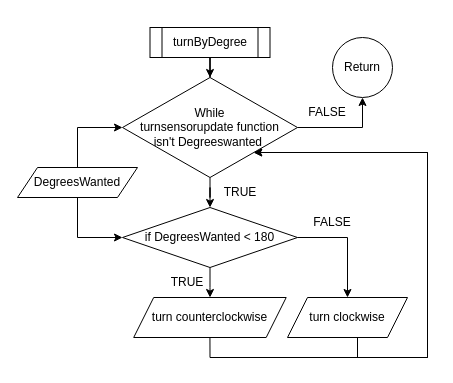
Before: Draw/turnByDegree.drawio in jens1906/P1-project-1.-semester, a draw.io diagram. Source tidied: cells renumbered, new cells numbered last; positions are measured from the earlier drawing's top-left corner, leaving out a move shared by most shapes. Both pictures are drawn from the tidied source at 100%, with x=0, y=0 at pixel (17, 27).
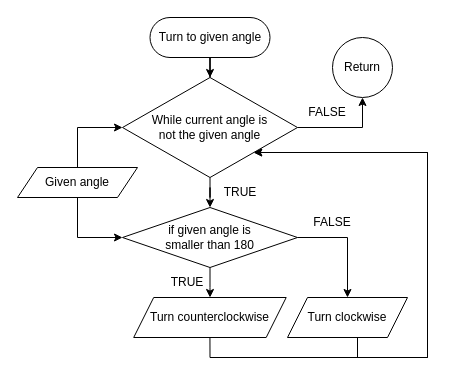
After the change.

What changed in the source:
```diff
@@
-    <mxCell id="3" value="turnByDegree" style="shape=process;whiteSpace=wrap;html=1;backgroundOutline=1;" parent="1" vertex="1">
-      <mxGeometry x="132.5" width="120" height="30" as="geometry" />
+    <mxCell id="3" value="Turn to given angle" style="rounded=1;whiteSpace=wrap;html=1;arcSize=50;" parent="1" vertex="1">
+      <mxGeometry x="132.5" y="-10" width="120" height="40" as="geometry" />
     </mxCell>
@@
-    <mxCell id="6" value="While &lt;br&gt;turnsensorupdate function&lt;br&gt;isn't Degreeswanted&amp;nbsp;" style="rhombus;whiteSpace=wrap;html=1;" parent="1" vertex="1">
+    <mxCell id="6" value="While current angle is &lt;br&gt;not the given angle" style="rhombus;whiteSpace=wrap;html=1;" parent="1" vertex="1">
       <mxGeometry x="105" y="50" width="175" height="100" as="geometry" />
     </mxCell>
@@
-    <mxCell id="9" value="DegreesWanted" style="shape=parallelogram;perimeter=parallelogramPerimeter;whiteSpace=wrap;html=1;fixedSize=1;" parent="1" vertex="1">
+    <mxCell id="9" value="Given angle" style="shape=parallelogram;perimeter=parallelogramPerimeter;whiteSpace=wrap;html=1;fixedSize=1;" parent="1" vertex="1">
       <mxGeometry y="140" width="120" height="30" as="geometry" />
     </mxCell>
@@
-    <mxCell id="12" value="if DegreesWanted &amp;lt; 180" style="rhombus;whiteSpace=wrap;html=1;" parent="1" vertex="1">
+    <mxCell id="12" value="if given angle is &lt;br&gt;smaller than 180" style="rhombus;whiteSpace=wrap;html=1;" parent="1" vertex="1">
       <mxGeometry x="105" y="180" width="175" height="60" as="geometry" />
     </mxCell>
@@
-    <mxCell id="14" value="turn counterclockwise" style="shape=parallelogram;perimeter=parallelogramPerimeter;whiteSpace=wrap;html=1;fixedSize=1;" parent="1" vertex="1">
+    <mxCell id="14" value="Turn counterclockwise" style="shape=parallelogram;perimeter=parallelogramPerimeter;whiteSpace=wrap;html=1;fixedSize=1;" parent="1" vertex="1">
       <mxGeometry x="116.2" y="270" width="152.5" height="40" as="geometry" />
     </mxCell>
@@
-    <mxCell id="16" value="turn clockwise" style="shape=parallelogram;perimeter=parallelogramPerimeter;whiteSpace=wrap;html=1;fixedSize=1;" parent="1" vertex="1">
+    <mxCell id="16" value="Turn clockwise" style="shape=parallelogram;perimeter=parallelogramPerimeter;whiteSpace=wrap;html=1;fixedSize=1;" parent="1" vertex="1">
       <mxGeometry x="270" y="270" width="120" height="40" as="geometry" />
     </mxCell>
```
